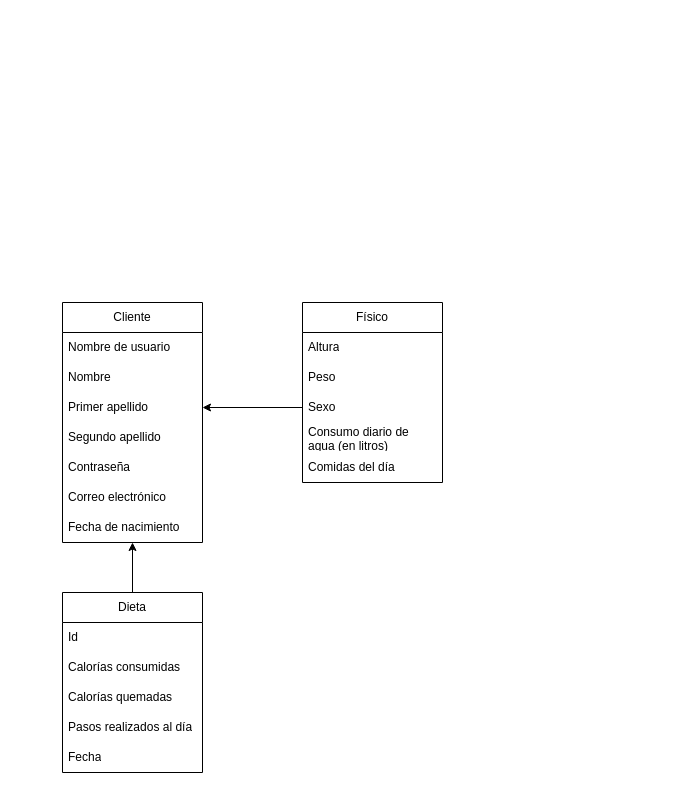
Before: assets/draw-io-db-estructure.drawio in kateBea/Fitness-Tracker, a draw.io diagram. Source tidied: cells renumbered, new cells numbered last; positions are measured from the earlier drawing's top-left corner, leaving out a move shared by most shapes. Both pictures are drawn from the tidied source at 100%, with x=0, y=0 at pixel (62, 302).
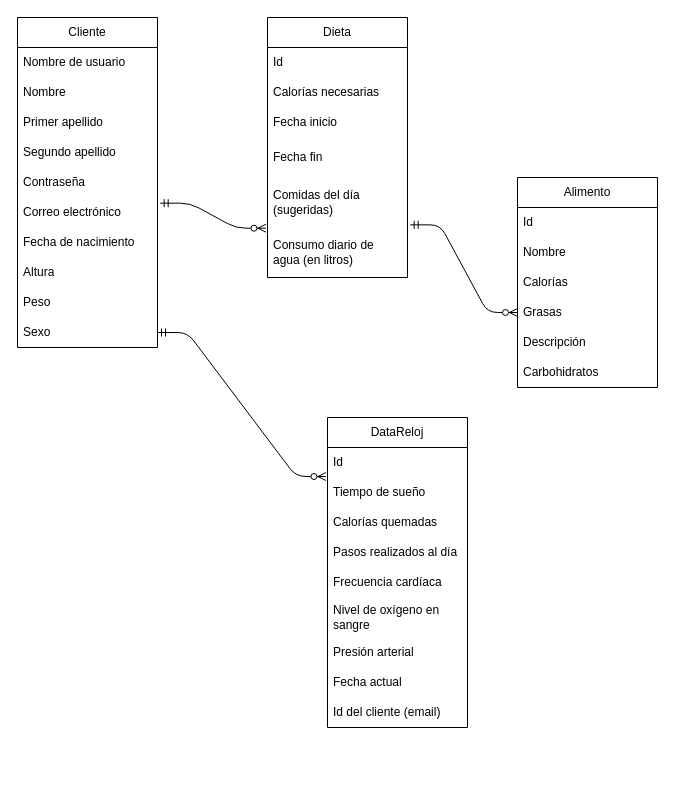
Above is the later version.

The change refers to these unchanged cells:
```xml
<mxCell id="5" value="Primer apellido" style="text;strokeColor=none;fillColor=none;align=left;verticalAlign=middle;spacingLeft=4;spacingRight=4;overflow=hidden;points=[[0,0.5],[1,0.5]];portConstraint=eastwest;whiteSpace=wrap;html=1;" parent="2" vertex="1">
  <mxGeometry y="90" width="140" height="30" as="geometry" />
</mxCell>
<mxCell id="8" value="Correo electrónico" style="text;strokeColor=none;fillColor=none;align=left;verticalAlign=middle;spacingLeft=4;spacingRight=4;overflow=hidden;points=[[0,0.5],[1,0.5]];portConstraint=eastwest;whiteSpace=wrap;html=1;" parent="2" vertex="1">
  <mxGeometry y="180" width="140" height="30" as="geometry" />
</mxCell>
<mxCell id="9" value="Fecha de nacimiento" style="text;strokeColor=none;fillColor=none;align=left;verticalAlign=middle;spacingLeft=4;spacingRight=4;overflow=hidden;points=[[0,0.5],[1,0.5]];portConstraint=eastwest;whiteSpace=wrap;html=1;" parent="2" vertex="1">
  <mxGeometry y="210" width="140" height="30" as="geometry" />
</mxCell>
```

Change to the diagram source:
```diff
@@
     <mxCell id="2" value="Cliente" style="swimlane;fontStyle=0;horizontal=1;startSize=30;whiteSpace=wrap;html=1;" parent="1" vertex="1">
-      <mxGeometry width="140" height="240" as="geometry" />
+      <mxGeometry x="-45" y="-285" width="140" height="330" as="geometry" />
     </mxCell>
@@
-    <mxCell id="10" value="Físico" style="swimlane;fontStyle=0;horizontal=1;startSize=30;whiteSpace=wrap;html=1;" parent="1" vertex="1">
-      <mxGeometry x="240" width="140" height="180" as="geometry" />
-    </mxCell>
-    <mxCell id="11" value="Altura" style="text;strokeColor=none;fillColor=none;align=left;verticalAlign=middle;spacingLeft=4;spacingRight=4;overflow=hidden;whiteSpace=wrap;html=1;" parent="10" vertex="1">
-      <mxGeometry y="30" width="140" height="30" as="geometry" />
+    <mxCell id="11" value="Altura" style="text;strokeColor=none;fillColor=none;align=left;verticalAlign=middle;spacingLeft=4;spacingRight=4;overflow=hidden;whiteSpace=wrap;html=1;" parent="2" vertex="1">
+      <mxGeometry y="240" width="140" height="30" as="geometry" />
     </mxCell>
-    <mxCell id="12" value="Peso" style="text;strokeColor=none;fillColor=none;align=left;verticalAlign=middle;spacingLeft=4;spacingRight=4;overflow=hidden;whiteSpace=wrap;html=1;" parent="10" vertex="1">
-      <mxGeometry y="60" width="140" height="30" as="geometry" />
+    <mxCell id="12" value="Peso" style="text;strokeColor=none;fillColor=none;align=left;verticalAlign=middle;spacingLeft=4;spacingRight=4;overflow=hidden;whiteSpace=wrap;html=1;" parent="2" vertex="1">
+      <mxGeometry y="270" width="140" height="30" as="geometry" />
     </mxCell>
-    <mxCell id="13" value="Sexo" style="text;strokeColor=none;fillColor=none;align=left;verticalAlign=middle;spacingLeft=4;spacingRight=4;overflow=hidden;points=[[0,0.5],[1,0.5]];portConstraint=eastwest;whiteSpace=wrap;html=1;" parent="10" vertex="1">
-      <mxGeometry y="90" width="140" height="30" as="geometry" />
+    <mxCell id="13" value="Sexo" style="text;strokeColor=none;fillColor=none;align=left;verticalAlign=middle;spacingLeft=4;spacingRight=4;overflow=hidden;points=[[0,0.5],[1,0.5]];portConstraint=eastwest;whiteSpace=wrap;html=1;" parent="2" vertex="1">
+      <mxGeometry y="300" width="140" height="30" as="geometry" />
     </mxCell>
-    <mxCell id="14" value="Consumo diario de agua (en litros)" style="text;strokeColor=none;fillColor=none;align=left;verticalAlign=middle;spacingLeft=4;spacingRight=4;overflow=hidden;points=[[0,0.5],[1,0.5]];portConstraint=eastwest;whiteSpace=wrap;html=1;" parent="10" vertex="1">
-      <mxGeometry y="120" width="140" height="30" as="geometry" />
-    </mxCell>
-    <mxCell id="15" value="Comidas del día" style="text;strokeColor=none;fillColor=none;align=left;verticalAlign=middle;spacingLeft=4;spacingRight=4;overflow=hidden;whiteSpace=wrap;html=1;" parent="10" vertex="1">
-      <mxGeometry y="150" width="140" height="30" as="geometry" />
-    </mxCell>
     <mxCell id="16" value="Dieta" style="swimlane;fontStyle=0;horizontal=1;startSize=30;whiteSpace=wrap;html=1;" parent="1" vertex="1">
-      <mxGeometry y="290" width="140" height="180" as="geometry" />
+      <mxGeometry x="205" y="-285" width="140" height="260" as="geometry" />
     </mxCell>
@@
-    <mxCell id="18" value="Calorías consumidas" style="text;strokeColor=none;fillColor=none;align=left;verticalAlign=middle;spacingLeft=4;spacingRight=4;overflow=hidden;whiteSpace=wrap;html=1;" parent="16" vertex="1">
+    <mxCell id="18" value="Calorías necesarias" style="text;strokeColor=none;fillColor=none;align=left;verticalAlign=middle;spacingLeft=4;spacingRight=4;overflow=hidden;whiteSpace=wrap;html=1;" parent="16" vertex="1">
       <mxGeometry y="60" width="140" height="30" as="geometry" />
     </mxCell>
+    <mxCell id="21" value="Fecha inicio" style="text;strokeColor=none;fillColor=none;align=left;verticalAlign=middle;spacingLeft=4;spacingRight=4;overflow=hidden;whiteSpace=wrap;html=1;" parent="16" vertex="1">
+      <mxGeometry y="90" width="140" height="30" as="geometry" />
+    </mxCell>
+    <mxCell id="24" value="Fecha fin" style="text;strokeColor=none;fillColor=none;align=left;verticalAlign=middle;spacingLeft=4;spacingRight=4;overflow=hidden;whiteSpace=wrap;html=1;" parent="16" vertex="1">
+      <mxGeometry y="120" width="140" height="40" as="geometry" />
+    </mxCell>
+    <mxCell id="25" value="Comidas del día (sugeridas)" style="text;strokeColor=none;fillColor=none;align=left;verticalAlign=middle;spacingLeft=4;spacingRight=4;overflow=hidden;whiteSpace=wrap;html=1;" parent="16" vertex="1">
+      <mxGeometry y="160" width="140" height="50" as="geometry" />
+    </mxCell>
+    <mxCell id="14" value="Consumo diario de agua (en litros)" style="text;strokeColor=none;fillColor=none;align=left;verticalAlign=middle;spacingLeft=4;spacingRight=4;overflow=hidden;points=[[0,0.5],[1,0.5]];portConstraint=eastwest;whiteSpace=wrap;html=1;" parent="16" vertex="1">
+      <mxGeometry y="210" width="140" height="50" as="geometry" />
+    </mxCell>
+    <mxCell id="26" value="Alimento" style="swimlane;fontStyle=0;horizontal=1;startSize=30;whiteSpace=wrap;html=1;" parent="1" vertex="1">
+      <mxGeometry x="455" y="-125" width="140" height="210" as="geometry" />
+    </mxCell>
+    <mxCell id="27" value="Id" style="text;strokeColor=none;fillColor=none;align=left;verticalAlign=middle;spacingLeft=4;spacingRight=4;overflow=hidden;whiteSpace=wrap;html=1;" parent="26" vertex="1">
+      <mxGeometry y="30" width="140" height="30" as="geometry" />
+    </mxCell>
+    <mxCell id="28" value="Nombre" style="text;strokeColor=none;fillColor=none;align=left;verticalAlign=middle;spacingLeft=4;spacingRight=4;overflow=hidden;whiteSpace=wrap;html=1;" parent="26" vertex="1">
+      <mxGeometry y="60" width="140" height="30" as="geometry" />
+    </mxCell>
+    <mxCell id="29" value="Calorías" style="text;strokeColor=none;fillColor=none;align=left;verticalAlign=middle;spacingLeft=4;spacingRight=4;overflow=hidden;whiteSpace=wrap;html=1;" parent="26" vertex="1">
+      <mxGeometry y="90" width="140" height="30" as="geometry" />
+    </mxCell>
+    <mxCell id="30" value="Grasas" style="text;strokeColor=none;fillColor=none;align=left;verticalAlign=middle;spacingLeft=4;spacingRight=4;overflow=hidden;points=[[0,0.5],[1,0.5]];portConstraint=eastwest;whiteSpace=wrap;html=1;" parent="26" vertex="1">
+      <mxGeometry y="120" width="140" height="30" as="geometry" />
+    </mxCell>
+    <mxCell id="31" value="Descripción" style="text;strokeColor=none;fillColor=none;align=left;verticalAlign=middle;spacingLeft=4;spacingRight=4;overflow=hidden;whiteSpace=wrap;html=1;" parent="26" vertex="1">
+      <mxGeometry y="150" width="140" height="30" as="geometry" />
+    </mxCell>
+    <mxCell id="32" value="Carbohidratos" style="text;strokeColor=none;fillColor=none;align=left;verticalAlign=middle;spacingLeft=4;spacingRight=4;overflow=hidden;whiteSpace=wrap;html=1;" parent="26" vertex="1">
+      <mxGeometry y="180" width="140" height="30" as="geometry" />
+    </mxCell>
+    <mxCell id="33" value="DataReloj" style="swimlane;fontStyle=0;horizontal=1;startSize=30;whiteSpace=wrap;html=1;" parent="1" vertex="1">
+      <mxGeometry x="265" y="115" width="140" height="310" as="geometry" />
+    </mxCell>
+    <mxCell id="34" value="Id" style="text;strokeColor=none;fillColor=none;align=left;verticalAlign=middle;spacingLeft=4;spacingRight=4;overflow=hidden;whiteSpace=wrap;html=1;" parent="33" vertex="1">
+      <mxGeometry y="30" width="140" height="30" as="geometry" />
+    </mxCell>
+    <mxCell id="35" value="Tiempo de sueño" style="text;strokeColor=none;fillColor=none;align=left;verticalAlign=middle;spacingLeft=4;spacingRight=4;overflow=hidden;points=[[0,0.5],[1,0.5]];portConstraint=eastwest;whiteSpace=wrap;html=1;" parent="33" vertex="1">
+      <mxGeometry y="60" width="140" height="30" as="geometry" />
+    </mxCell>
-    <mxCell id="19" value="Calorías quemadas" style="text;strokeColor=none;fillColor=none;align=left;verticalAlign=middle;spacingLeft=4;spacingRight=4;overflow=hidden;whiteSpace=wrap;html=1;" parent="16" vertex="1">
+    <mxCell id="19" value="Calorías quemadas" style="text;strokeColor=none;fillColor=none;align=left;verticalAlign=middle;spacingLeft=4;spacingRight=4;overflow=hidden;whiteSpace=wrap;html=1;" parent="33" vertex="1">
       <mxGeometry y="90" width="140" height="30" as="geometry" />
     </mxCell>
-    <mxCell id="20" value="Pasos realizados al día" style="text;strokeColor=none;fillColor=none;align=left;verticalAlign=middle;spacingLeft=4;spacingRight=4;overflow=hidden;whiteSpace=wrap;html=1;" parent="16" vertex="1">
+    <mxCell id="20" value="Pasos realizados al día" style="text;strokeColor=none;fillColor=none;align=left;verticalAlign=middle;spacingLeft=4;spacingRight=4;overflow=hidden;whiteSpace=wrap;html=1;" parent="33" vertex="1">
       <mxGeometry y="120" width="140" height="30" as="geometry" />
     </mxCell>
-    <mxCell id="21" value="Fecha" style="text;strokeColor=none;fillColor=none;align=left;verticalAlign=middle;spacingLeft=4;spacingRight=4;overflow=hidden;whiteSpace=wrap;html=1;" parent="16" vertex="1">
-      <mxGeometry y="150" width="140" height="30" as="geometry" />
-    </mxCell>
-    <mxCell id="22" style="endArrow=classic;html=1;rounded=0;exitX=0.5;exitY=0;exitDx=0;exitDy=0;" parent="1" edge="1" source="16" target="9">
-      <mxGeometry relative="1" as="geometry" />
-    </mxCell>
-    <mxCell id="23" style="endArrow=classic;html=1;rounded=0;entryX=1;entryY=0.5;entryDx=0;entryDy=0;exitX=0;exitY=0.5;exitDx=0;exitDy=0;" parent="1" edge="1" source="13" target="5">
-      <mxGeometry relative="1" as="geometry" />
-    </mxCell>
+    <mxCell id="36" value="Frecuencia cardíaca" style="text;strokeColor=none;fillColor=none;align=left;verticalAlign=middle;spacingLeft=4;spacingRight=4;overflow=hidden;whiteSpace=wrap;html=1;" parent="33" vertex="1">
+      <mxGeometry y="150" width="140" height="30" as="geometry" />
+    </mxCell>
+    <mxCell id="37" value="Nivel de oxígeno en sangre" style="text;strokeColor=none;fillColor=none;align=left;verticalAlign=middle;spacingLeft=4;spacingRight=4;overflow=hidden;whiteSpace=wrap;html=1;" parent="33" vertex="1">
+      <mxGeometry y="180" width="140" height="40" as="geometry" />
+    </mxCell>
+    <mxCell id="38" value="Presión arterial" style="text;strokeColor=none;fillColor=none;align=left;verticalAlign=middle;spacingLeft=4;spacingRight=4;overflow=hidden;whiteSpace=wrap;html=1;" parent="33" vertex="1">
+      <mxGeometry y="220" width="140" height="30" as="geometry" />
+    </mxCell>
+    <mxCell id="39" value="Fecha actual" style="text;strokeColor=none;fillColor=none;align=left;verticalAlign=middle;spacingLeft=4;spacingRight=4;overflow=hidden;whiteSpace=wrap;html=1;" parent="33" vertex="1">
+      <mxGeometry y="250" width="140" height="30" as="geometry" />
+    </mxCell>
+    <mxCell id="40" value="Id del cliente (email)" style="text;strokeColor=none;fillColor=none;align=left;verticalAlign=middle;spacingLeft=4;spacingRight=4;overflow=hidden;whiteSpace=wrap;html=1;" parent="33" vertex="1">
+      <mxGeometry y="280" width="140" height="30" as="geometry" />
+    </mxCell>
+    <mxCell id="41" style="edgeStyle=entityRelationEdgeStyle;fontSize=12;html=1;endArrow=ERzeroToMany;startArrow=ERmandOne;exitX=1;exitY=0.5;exitDx=0;exitDy=0;entryX=-0.011;entryY=-0.033;entryDx=0;entryDy=0;entryPerimeter=0;" parent="1" edge="1" source="13" target="35">
+      <mxGeometry relative="1" as="geometry" />
+    </mxCell>
+    <mxCell id="42" style="edgeStyle=entityRelationEdgeStyle;fontSize=12;html=1;endArrow=ERzeroToMany;startArrow=ERmandOne;exitX=1.019;exitY=0.189;exitDx=0;exitDy=0;entryX=-0.011;entryY=0.014;entryDx=0;entryDy=0;entryPerimeter=0;exitPerimeter=0;" parent="1" edge="1" source="8" target="14">
+      <mxGeometry relative="1" as="geometry" />
+    </mxCell>
+    <mxCell id="43" style="edgeStyle=entityRelationEdgeStyle;fontSize=12;html=1;endArrow=ERzeroToMany;startArrow=ERmandOne;exitX=1.019;exitY=-0.053;exitDx=0;exitDy=0;entryX=0;entryY=0.5;entryDx=0;entryDy=0;exitPerimeter=0;" parent="1" edge="1" source="14" target="30">
+      <mxGeometry relative="1" as="geometry" />
+    </mxCell>
```
